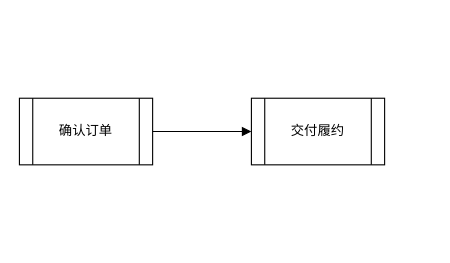
The draw.io diagram docs/EA.drawio in lokiworks/codebase, before the edit. Source tidied: cells renumbered, new cells numbered last; positions are measured from the earlier drawing's top-left corner, leaving out a move shared by most shapes. Both pictures are drawn from the tidied source at 111%, with x=0, y=0 at pixel (19, 98).
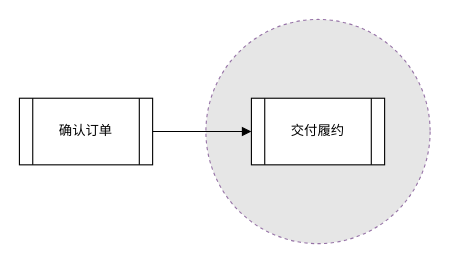
The same diagram, later.

Diff of the diagram source:
```diff
@@
 <mxGraphModel>
   <root>
     <mxCell id="0" />
     <mxCell id="1" parent="0" />
+    <mxCell id="5" style="ellipse;whiteSpace=wrap;html=1;dashed=1;fillColor=#E6E6E6;strokeColor=#9673a6;" parent="1" vertex="1">
+      <mxGeometry x="168" y="-71" width="202" height="202" as="geometry" />
+    </mxCell>
     <mxCell id="2" style="edgeStyle=orthogonalEdgeStyle;rounded=0;jettySize=auto;html=1;exitX=1;exitY=0.5;exitDx=0;exitDy=0;entryX=0;entryY=0.5;entryDx=0;entryDy=0;endArrow=block;endFill=1;" parent="1" edge="1" source="3" target="4">
       <mxGeometry relative="1" as="geometry" />
     </mxCell>
     <mxCell id="3" value="确认订单" style="shape=process;whiteSpace=wrap;html=1;backgroundOutline=1;" parent="1" vertex="1">
       <mxGeometry width="120" height="60" as="geometry" />
     </mxCell>
     <mxCell id="4" value="交付履约" style="shape=process;whiteSpace=wrap;html=1;backgroundOutline=1;" parent="1" vertex="1">
       <mxGeometry x="209" width="120" height="60" as="geometry" />
     </mxCell>
   </root>
 </mxGraphModel>
```
